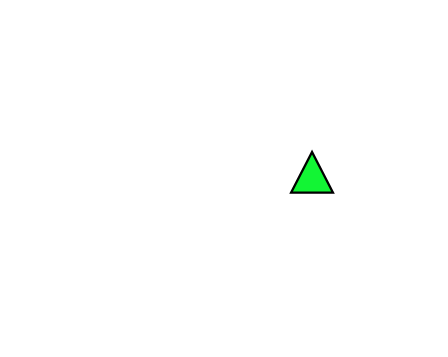
Jeremstym/didacticJerem keeps this draw.io diagram as diagrams/decouping_loss.drawio. Above is the earlier version. Source tidied: cells renumbered, new cells numbered last; positions are measured from the earlier drawing's top-left corner, leaving out a move shared by most shapes. Both pictures are drawn from the tidied source at 116%, with x=0, y=0 at pixel (291, 151).
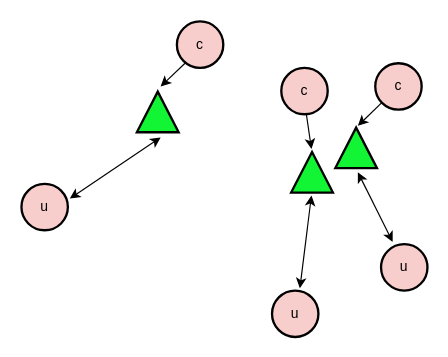
The same diagram, later.

Commit message:
Mettre à jour decouping_loss.drawio

What changed in the source:
```diff
@@
+    <mxCell id="3" style="triangle;whiteSpace=wrap;html=1;rotation=-90;fillColor=#12F534;strokeColor=#000000;strokeWidth=2;" parent="1" vertex="1">
+      <mxGeometry x="38" y="-21" width="35" height="36" as="geometry" />
+    </mxCell>
+    <mxCell id="4" style="triangle;whiteSpace=wrap;html=1;rotation=-90;fillColor=#12F534;strokeColor=#000000;strokeWidth=2;" parent="1" vertex="1">
+      <mxGeometry x="-133" y="-52" width="35" height="36" as="geometry" />
+    </mxCell>
+    <mxCell id="5" value="c" style="ellipse;whiteSpace=wrap;html=1;fillColor=#f8cecc;strokeColor=#000000;strokeWidth=2;" parent="1" vertex="1">
+      <mxGeometry x="-9" y="-72" width="40" height="40" as="geometry" />
+    </mxCell>
+    <mxCell id="6" style="rounded=0;jettySize=auto;html=1;" parent="1" edge="1" source="7">
+      <mxGeometry relative="1" as="geometry">
+        <mxPoint x="57" y="-22" as="targetPoint" />
+      </mxGeometry>
+    </mxCell>
+    <mxCell id="7" value="c" style="ellipse;whiteSpace=wrap;html=1;fillColor=#f8cecc;strokeColor=#000000;strokeWidth=2;" parent="1" vertex="1">
+      <mxGeometry x="72" y="-76" width="40" height="40" as="geometry" />
+    </mxCell>
+    <mxCell id="8" value="u" style="ellipse;whiteSpace=wrap;html=1;fillColor=#f8cecc;strokeColor=#000000;strokeWidth=2;" parent="1" vertex="1">
+      <mxGeometry x="77" y="80" width="40" height="40" as="geometry" />
+    </mxCell>
+    <mxCell id="9" value="u" style="ellipse;whiteSpace=wrap;html=1;fillColor=#f8cecc;strokeColor=#000000;strokeWidth=2;" parent="1" vertex="1">
+      <mxGeometry x="-17" y="120" width="40" height="40" as="geometry" />
+    </mxCell>
+    <mxCell id="10" value="c" style="ellipse;whiteSpace=wrap;html=1;fillColor=#f8cecc;strokeColor=#000000;strokeWidth=2;" parent="1" vertex="1">
+      <mxGeometry x="-99" y="-112" width="40" height="40" as="geometry" />
+    </mxCell>
+    <mxCell id="11" value="u" style="ellipse;whiteSpace=wrap;html=1;fillColor=#f8cecc;strokeColor=#000000;strokeWidth=2;" parent="1" vertex="1">
+      <mxGeometry x="-233" y="28" width="40" height="40" as="geometry" />
+    </mxCell>
+    <mxCell id="12" style="rounded=0;orthogonalLoop=1;jettySize=auto;html=1;" parent="1" edge="1">
+      <mxGeometry relative="1" as="geometry">
+        <mxPoint x="12.6" y="-32.1" as="sourcePoint" />
+        <mxPoint x="17" y="-2" as="targetPoint" />
+      </mxGeometry>
+    </mxCell>
+    <mxCell id="13" style="endArrow=classic;startArrow=classic;html=1;rounded=0;" parent="1" edge="1">
+      <mxGeometry relative="1" as="geometry">
+        <mxPoint x="7" y="118" as="sourcePoint" />
+        <mxPoint x="17" y="38" as="targetPoint" />
+      </mxGeometry>
+    </mxCell>
+    <mxCell id="14" style="endArrow=classic;startArrow=classic;html=1;rounded=0;" parent="1" edge="1">
+      <mxGeometry relative="1" as="geometry">
+        <mxPoint x="87" y="78" as="sourcePoint" />
+        <mxPoint x="57" y="18" as="targetPoint" />
+      </mxGeometry>
+    </mxCell>
+    <mxCell id="15" style="endArrow=classic;startArrow=classic;html=1;rounded=0;exitX=1.042;exitY=0.317;exitDx=0;exitDy=0;exitPerimeter=0;" parent="1" edge="1" source="11">
+      <mxGeometry relative="1" as="geometry">
+        <mxPoint x="-113" y="-12" as="targetPoint" />
+      </mxGeometry>
+    </mxCell>
+    <mxCell id="16" style="rounded=0;orthogonalLoop=1;jettySize=auto;html=1;" parent="1" edge="1">
+      <mxGeometry relative="1" as="geometry">
+        <mxPoint x="-92" y="-76" as="sourcePoint" />
+        <mxPoint x="-113" y="-56" as="targetPoint" />
+      </mxGeometry>
+    </mxCell>
```
